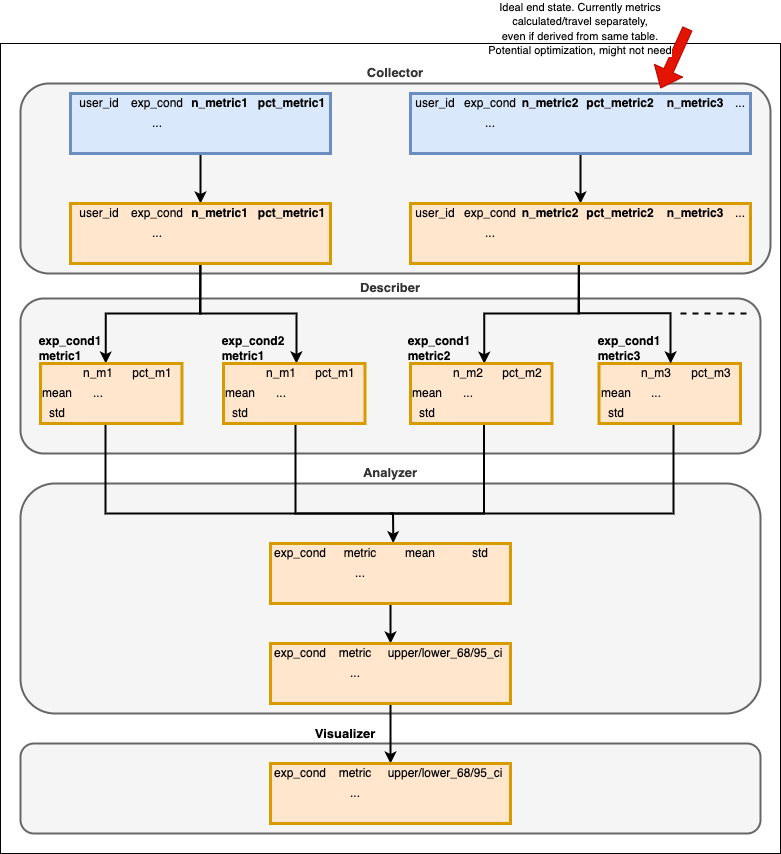
Above: images/data_arch.drawio.png in kylekovac/abautomator-swipe (draw.io), before the change. Source tidied: cells renumbered, new cells last; positions are measured from the earlier drawing's top-left corner, leaving out a move shared by most shapes.
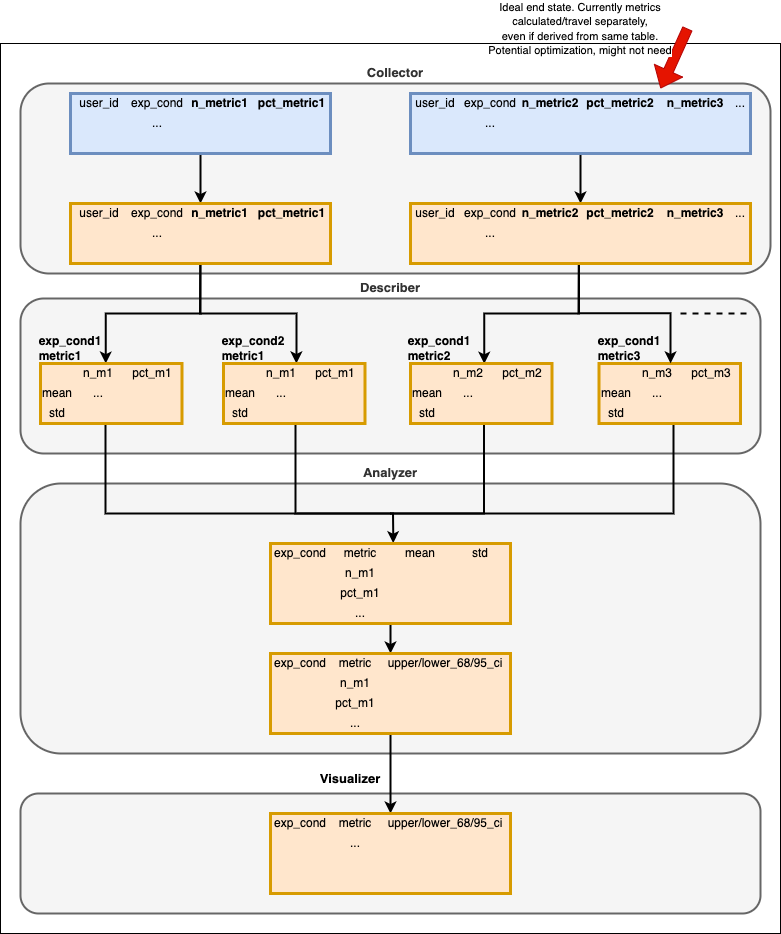
The same file after the commit.

Change to the diagram source:
```diff
@@ -3,13 +3,13 @@
     <mxCell id="0" />
     <mxCell id="1" parent="0" />
     <mxCell id="2" style="rounded=0;whiteSpace=wrap;html=1;" parent="1" vertex="1">
-      <mxGeometry y="30" width="780" height="810" as="geometry" />
+      <mxGeometry y="30" width="780" height="890" as="geometry" />
     </mxCell>
     <mxCell id="3" style="rounded=1;whiteSpace=wrap;html=1;strokeColor=#666666;strokeWidth=2;labelPosition=center;verticalLabelPosition=top;align=center;verticalAlign=bottom;fillColor=#f5f5f5;fontColor=#333333;" parent="1" vertex="1">
-      <mxGeometry x="20" y="730" width="740" height="90" as="geometry" />
+      <mxGeometry x="20" y="780" width="740" height="120" as="geometry" />
     </mxCell>
     <mxCell id="4" value="&lt;b&gt;&lt;font style=&quot;font-size: 13px&quot;&gt;Analyzer&lt;/font&gt;&lt;/b&gt;" style="rounded=1;whiteSpace=wrap;html=1;strokeColor=#666666;strokeWidth=2;labelPosition=center;verticalLabelPosition=top;align=center;verticalAlign=bottom;fillColor=#f5f5f5;fontColor=#333333;" parent="1" vertex="1">
-      <mxGeometry x="20" y="470" width="740" height="230" as="geometry" />
+      <mxGeometry x="20" y="470" width="740" height="270" as="geometry" />
     </mxCell>
     <mxCell id="5" value="&lt;b&gt;&lt;font style=&quot;font-size: 13px&quot;&gt;Describer&lt;/font&gt;&lt;/b&gt;" style="rounded=1;whiteSpace=wrap;html=1;strokeColor=#666666;strokeWidth=2;labelPosition=center;verticalLabelPosition=top;align=center;verticalAlign=bottom;fillColor=#f5f5f5;fontColor=#333333;" parent="1" vertex="1">
       <mxGeometry x="20" y="285" width="740" height="155" as="geometry" />
@@ -186,7 +186,7 @@
       <mxGeometry relative="1" as="geometry" />
     </mxCell>
     <mxCell id="49" style="shape=table;html=1;whiteSpace=wrap;startSize=0;columnLines=0;rowLines=0;strokeWidth=3;fillColor=#ffe6cc;strokeColor=#d79b00;" parent="1" vertex="1">
-      <mxGeometry x="270" y="530" width="240" height="60" as="geometry" />
+      <mxGeometry x="270" y="530" width="240" height="80" as="geometry" />
     </mxCell>
     <mxCell id="50" style="shape=partialRectangle;html=1;whiteSpace=wrap;fillColor=none;top=0;left=0;bottom=0;right=0;points=[[0,0.5],[1,0.5]];portConstraint=eastwest;" parent="49" vertex="1">
       <mxGeometry width="240" height="20" as="geometry" />
@@ -209,7 +209,7 @@
     <mxCell id="56" style="shape=partialRectangle;html=1;whiteSpace=wrap;fillColor=none;top=0;left=0;bottom=0;right=0;overflow=hidden;" parent="55" vertex="1">
       <mxGeometry width="60" height="20" as="geometry" />
     </mxCell>
-    <mxCell id="57" value="..." style="shape=partialRectangle;html=1;whiteSpace=wrap;fillColor=none;top=0;left=0;bottom=0;right=0;overflow=hidden;strokeWidth=3;" parent="55" vertex="1">
+    <mxCell id="57" value="n_m1" style="shape=partialRectangle;html=1;whiteSpace=wrap;fillColor=none;top=0;left=0;bottom=0;right=0;overflow=hidden;strokeWidth=3;" parent="55" vertex="1">
       <mxGeometry x="60" width="60" height="20" as="geometry" />
     </mxCell>
     <mxCell id="58" style="shape=partialRectangle;html=1;whiteSpace=wrap;fillColor=none;top=0;left=0;bottom=0;right=0;overflow=hidden;" parent="55" vertex="1">
@@ -224,7 +224,7 @@
     <mxCell id="61" style="shape=partialRectangle;html=1;whiteSpace=wrap;fillColor=none;top=0;left=0;bottom=0;right=0;overflow=hidden;" parent="60" vertex="1">
       <mxGeometry width="60" height="20" as="geometry" />
     </mxCell>
-    <mxCell id="62" style="shape=partialRectangle;html=1;whiteSpace=wrap;fillColor=none;top=0;left=0;bottom=0;right=0;overflow=hidden;" parent="60" vertex="1">
+    <mxCell id="62" value="pct_m1" style="shape=partialRectangle;html=1;whiteSpace=wrap;fillColor=none;top=0;left=0;bottom=0;right=0;overflow=hidden;" parent="60" vertex="1">
       <mxGeometry x="60" width="60" height="20" as="geometry" />
     </mxCell>
     <mxCell id="63" style="shape=partialRectangle;html=1;whiteSpace=wrap;fillColor=none;top=0;left=0;bottom=0;right=0;overflow=hidden;" parent="60" vertex="1">
@@ -233,6 +233,21 @@
     <mxCell id="64" style="shape=partialRectangle;html=1;whiteSpace=wrap;fillColor=none;top=0;left=0;bottom=0;right=0;overflow=hidden;" parent="60" vertex="1">
       <mxGeometry x="180" width="60" height="20" as="geometry" />
     </mxCell>
+    <mxCell id="197" style="shape=partialRectangle;html=1;whiteSpace=wrap;fillColor=none;top=0;left=0;bottom=0;right=0;" parent="49" vertex="1">
+      <mxGeometry y="60" width="240" height="20" as="geometry" />
+    </mxCell>
+    <mxCell id="198" style="shape=partialRectangle;html=1;whiteSpace=wrap;fillColor=none;top=0;left=0;bottom=0;right=0;overflow=hidden;" parent="197" vertex="1">
+      <mxGeometry width="60" height="20" as="geometry" />
+    </mxCell>
+    <mxCell id="199" value="..." style="shape=partialRectangle;html=1;whiteSpace=wrap;fillColor=none;top=0;left=0;bottom=0;right=0;overflow=hidden;" parent="197" vertex="1">
+      <mxGeometry x="60" width="60" height="20" as="geometry" />
+    </mxCell>
+    <mxCell id="200" style="shape=partialRectangle;html=1;whiteSpace=wrap;fillColor=none;top=0;left=0;bottom=0;right=0;overflow=hidden;" parent="197" vertex="1">
+      <mxGeometry x="120" width="60" height="20" as="geometry" />
+    </mxCell>
+    <mxCell id="201" style="shape=partialRectangle;html=1;whiteSpace=wrap;fillColor=none;top=0;left=0;bottom=0;right=0;overflow=hidden;" parent="197" vertex="1">
+      <mxGeometry x="180" width="60" height="20" as="geometry" />
+    </mxCell>
     <mxCell id="65" style="edgeStyle=orthogonalEdgeStyle;rounded=0;orthogonalLoop=1;jettySize=auto;html=1;strokeWidth=2;fillColor=#60a917;strokeColor=#000000;endArrow=none;" parent="1" edge="1">
       <mxGeometry relative="1" as="geometry">
         <mxPoint x="483.5" y="410" as="sourcePoint" />
@@ -247,7 +262,7 @@
       <mxGeometry relative="1" as="geometry" />
     </mxCell>
     <mxCell id="67" style="shape=table;html=1;whiteSpace=wrap;startSize=0;columnLines=0;rowLines=0;strokeWidth=3;fillColor=#ffe6cc;strokeColor=#d79b00;" parent="1" vertex="1">
-      <mxGeometry x="270" y="630" width="240" height="60" as="geometry" />
+      <mxGeometry x="270" y="640" width="240" height="80" as="geometry" />
     </mxCell>
     <mxCell id="68" style="shape=partialRectangle;html=1;whiteSpace=wrap;fillColor=none;top=0;left=0;bottom=0;right=0;" parent="67" vertex="1">
       <mxGeometry width="240" height="20" as="geometry" />
@@ -267,26 +282,38 @@
     <mxCell id="73" style="shape=partialRectangle;html=1;whiteSpace=wrap;fillColor=none;top=0;left=0;bottom=0;right=0;overflow=hidden;" parent="72" vertex="1">
       <mxGeometry width="60" height="20" as="geometry" />
     </mxCell>
-    <mxCell id="74" value="..." style="shape=partialRectangle;html=1;whiteSpace=wrap;fillColor=none;top=0;left=0;bottom=0;right=0;overflow=hidden;strokeWidth=3;" parent="72" vertex="1">
+    <mxCell id="74" value="n_m1" style="shape=partialRectangle;html=1;whiteSpace=wrap;fillColor=none;top=0;left=0;bottom=0;right=0;overflow=hidden;strokeWidth=3;" parent="72" vertex="1">
       <mxGeometry x="60" width="50" height="20" as="geometry" />
     </mxCell>
     <mxCell id="75" style="shape=partialRectangle;html=1;whiteSpace=wrap;fillColor=none;top=0;left=0;bottom=0;right=0;overflow=hidden;" parent="72" vertex="1">
       <mxGeometry x="110" width="130" height="20" as="geometry" />
     </mxCell>
+    <mxCell id="202" style="shape=partialRectangle;html=1;whiteSpace=wrap;fillColor=none;top=0;left=0;bottom=0;right=0;" parent="67" vertex="1">
+      <mxGeometry y="40" width="240" height="20" as="geometry" />
+    </mxCell>
+    <mxCell id="203" style="shape=partialRectangle;html=1;whiteSpace=wrap;fillColor=none;top=0;left=0;bottom=0;right=0;overflow=hidden;" parent="202" vertex="1">
+      <mxGeometry width="60" height="20" as="geometry" />
+    </mxCell>
+    <mxCell id="204" value="pct_m1" style="shape=partialRectangle;html=1;whiteSpace=wrap;fillColor=none;top=0;left=0;bottom=0;right=0;overflow=hidden;strokeWidth=3;" parent="202" vertex="1">
+      <mxGeometry x="60" width="50" height="20" as="geometry" />
+    </mxCell>
+    <mxCell id="205" style="shape=partialRectangle;html=1;whiteSpace=wrap;fillColor=none;top=0;left=0;bottom=0;right=0;overflow=hidden;" parent="202" vertex="1">
+      <mxGeometry x="110" width="130" height="20" as="geometry" />
+    </mxCell>
     <mxCell id="76" style="shape=partialRectangle;html=1;whiteSpace=wrap;fillColor=none;top=0;left=0;bottom=0;right=0;" parent="67" vertex="1">
-      <mxGeometry y="40" width="240" height="20" as="geometry" />
+      <mxGeometry y="60" width="240" height="20" as="geometry" />
     </mxCell>
     <mxCell id="77" style="shape=partialRectangle;html=1;whiteSpace=wrap;fillColor=none;top=0;left=0;bottom=0;right=0;overflow=hidden;" parent="76" vertex="1">
       <mxGeometry width="60" height="20" as="geometry" />
     </mxCell>
-    <mxCell id="78" style="shape=partialRectangle;html=1;whiteSpace=wrap;fillColor=none;top=0;left=0;bottom=0;right=0;overflow=hidden;" parent="76" vertex="1">
+    <mxCell id="78" value="..." style="shape=partialRectangle;html=1;whiteSpace=wrap;fillColor=none;top=0;left=0;bottom=0;right=0;overflow=hidden;" parent="76" vertex="1">
       <mxGeometry x="60" width="50" height="20" as="geometry" />
     </mxCell>
     <mxCell id="79" style="shape=partialRectangle;html=1;whiteSpace=wrap;fillColor=none;top=0;left=0;bottom=0;right=0;overflow=hidden;" parent="76" vertex="1">
       <mxGeometry x="110" width="130" height="20" as="geometry" />
     </mxCell>
     <mxCell id="80" value="&lt;b&gt;Visualizer&lt;/b&gt;" style="text;html=1;strokeColor=none;fillColor=none;align=center;verticalAlign=middle;whiteSpace=wrap;rounded=0;labelBackgroundColor=#FFFFFF;fontSize=13;" parent="1" vertex="1">
-      <mxGeometry x="315" y="705" width="60" height="30" as="geometry" />
+      <mxGeometry x="320" y="750" width="60" height="30" as="geometry" />
     </mxCell>
     <mxCell id="81" style="shape=table;html=1;whiteSpace=wrap;startSize=0;columnLines=0;rowLines=0;strokeWidth=3;fillColor=#ffe6cc;strokeColor=#d79b00;" parent="1" vertex="1">
       <mxGeometry x="70" y="190" width="260" height="60" as="geometry" />
@@ -406,7 +433,7 @@
       <mxGeometry x="320" width="20" height="20" as="geometry" />
     </mxCell>
     <mxCell id="120" style="shape=table;html=1;whiteSpace=wrap;startSize=0;columnLines=0;rowLines=0;strokeWidth=3;fillColor=#ffe6cc;strokeColor=#d79b00;" parent="1" vertex="1">
-      <mxGeometry x="270" y="750" width="240" height="60" as="geometry" />
+      <mxGeometry x="270" y="800" width="240" height="80" as="geometry" />
     </mxCell>
     <mxCell id="121" style="shape=partialRectangle;html=1;whiteSpace=wrap;fillColor=none;top=0;left=0;bottom=0;right=0;" parent="120" vertex="1">
       <mxGeometry width="240" height="20" as="geometry" />
@@ -444,6 +471,18 @@
     <mxCell id="132" style="shape=partialRectangle;html=1;whiteSpace=wrap;fillColor=none;top=0;left=0;bottom=0;right=0;overflow=hidden;" parent="129" vertex="1">
       <mxGeometry x="110" width="130" height="20" as="geometry" />
     </mxCell>
+    <mxCell id="206" style="shape=partialRectangle;html=1;whiteSpace=wrap;fillColor=none;top=0;left=0;bottom=0;right=0;" parent="120" vertex="1">
+      <mxGeometry y="60" width="240" height="20" as="geometry" />
+    </mxCell>
+    <mxCell id="207" style="shape=partialRectangle;html=1;whiteSpace=wrap;fillColor=none;top=0;left=0;bottom=0;right=0;overflow=hidden;" parent="206" vertex="1">
+      <mxGeometry width="60" height="20" as="geometry" />
+    </mxCell>
+    <mxCell id="208" style="shape=partialRectangle;html=1;whiteSpace=wrap;fillColor=none;top=0;left=0;bottom=0;right=0;overflow=hidden;" parent="206" vertex="1">
+      <mxGeometry x="60" width="50" height="20" as="geometry" />
+    </mxCell>
+    <mxCell id="209" style="shape=partialRectangle;html=1;whiteSpace=wrap;fillColor=none;top=0;left=0;bottom=0;right=0;overflow=hidden;" parent="206" vertex="1">
+      <mxGeometry x="110" width="130" height="20" as="geometry" />
+    </mxCell>
     <mxCell id="133" style="shape=table;html=1;whiteSpace=wrap;startSize=0;columnLines=0;rowLines=0;strokeWidth=3;fillColor=#ffe6cc;strokeColor=#d79b00;" parent="1" vertex="1">
       <mxGeometry x="410" y="190" width="340" height="60" as="geometry" />
     </mxCell>
```
